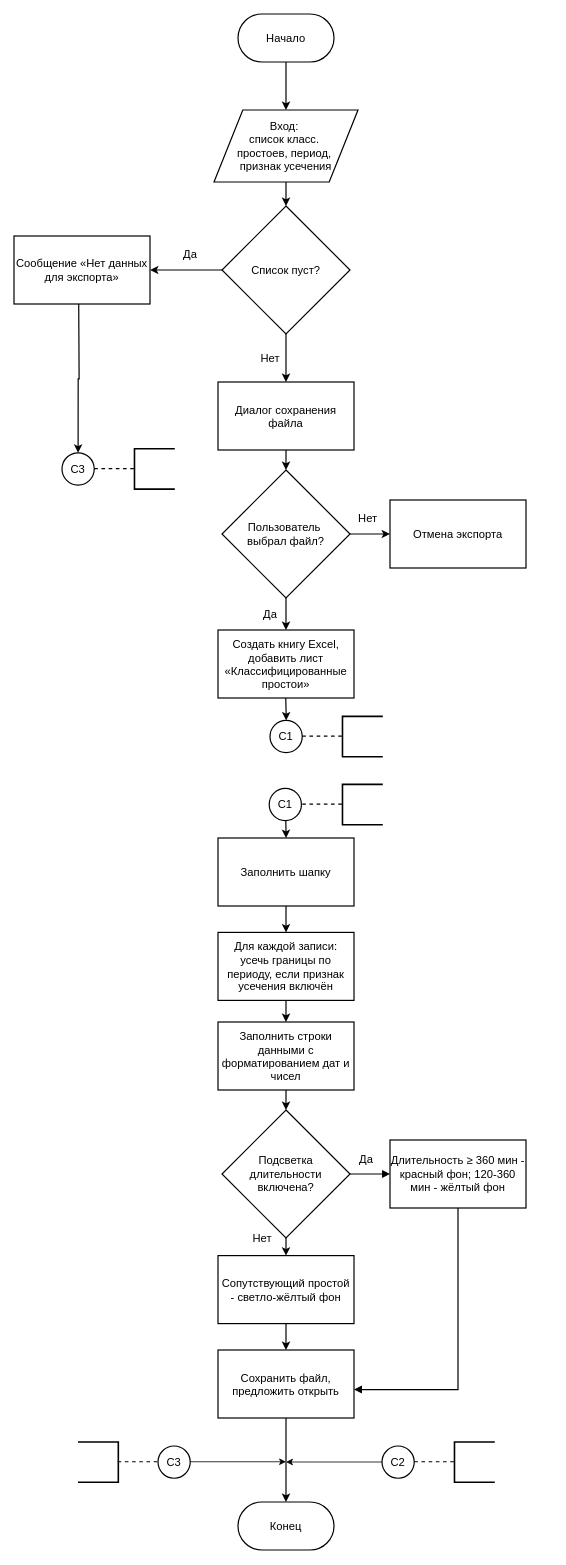
KhasanovAMdev/MyDiagrams keeps this draw.io diagram as page "Page-17" (17 of 21) of diagrams/Untitled Diagram.drawio. Above is the earlier version. Source tidied: cells renumbered, new cells numbered last; positions are measured from the earlier drawing's top-left corner, leaving out a move shared by most shapes. Both pictures are drawn from the tidied source at 80%, with x=0, y=0 at pixel (14, 14).
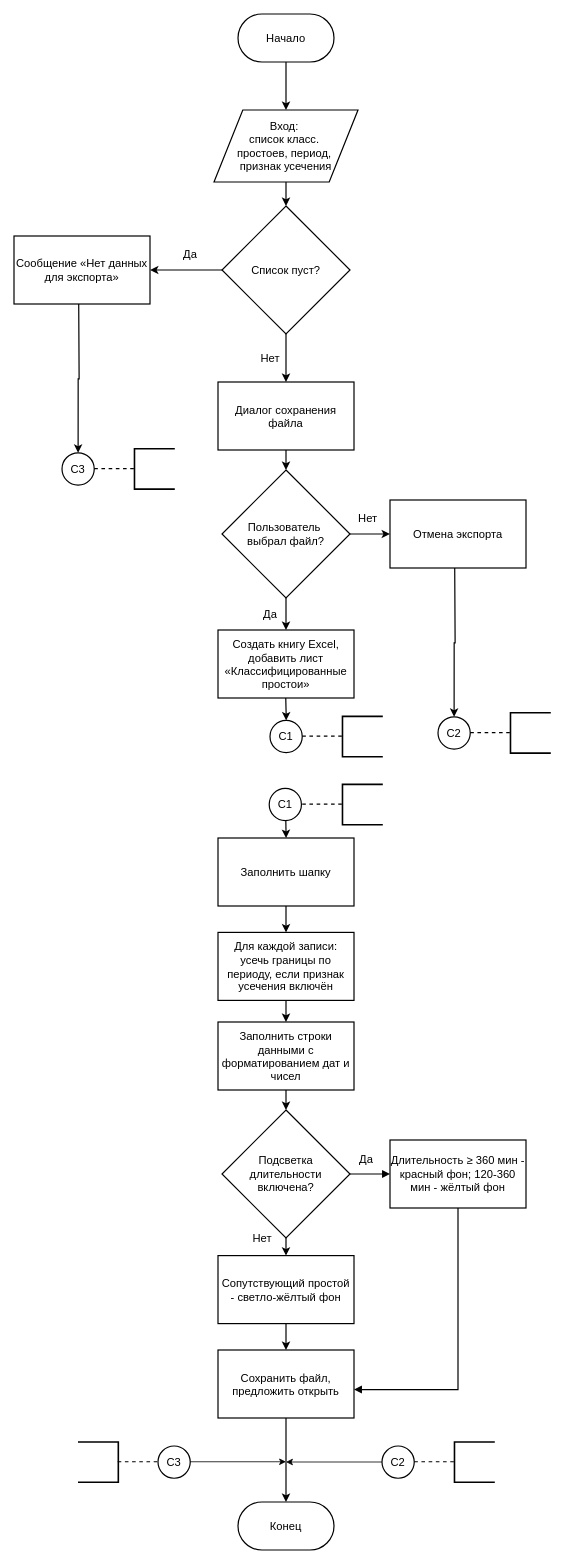
The same page after the edit.

What changed in the source:
```diff
@@
+    <mxCell id="53" style="edgeStyle=orthogonalEdgeStyle;rounded=0;jettySize=auto;html=1;strokeWidth=1.5;exitX=0.476;exitY=0.994;exitDx=0;exitDy=0;exitPerimeter=0;" parent="1" edge="1" target="54">
+      <mxGeometry x="0.85" relative="1" as="geometry">
+        <mxPoint x="550.9" y="692.5" as="sourcePoint" />
+      </mxGeometry>
+    </mxCell>
+    <mxCell id="54" value="С2" style="ellipse;whiteSpace=wrap;html=1;shapeInside=1;strokeColor=#000000;strokeWidth=1.5;align=center;verticalAlign=middle;fontFamily=Helvetica;fontSize=14;fontColor=default;fillColor=#ffffff;" parent="1" vertex="1">
+      <mxGeometry x="530" y="878.5" width="40.3" height="40.3" as="geometry" />
+    </mxCell>
+    <mxCell id="55" style="edgeStyle=orthogonalEdgeStyle;rounded=0;html=1;strokeWidth=1.5;endArrow=none;endFill=0;fontSize=14;dashed=1;" parent="1" edge="1">
+      <mxGeometry relative="1" as="geometry">
+        <mxPoint x="570.3" y="898.2" as="sourcePoint" />
+        <mxPoint x="620.6" y="898.2" as="targetPoint" />
+      </mxGeometry>
+    </mxCell>
+    <mxCell id="56" style="strokeWidth=2;html=1;shape=mxgraph.flowchart.annotation_1;align=left;strokeColor=#000000;verticalAlign=middle;fontFamily=Helvetica;fontSize=14;fontColor=default;fillColor=#ffffff;" parent="1" vertex="1">
+      <mxGeometry x="620.6" y="873.5" width="50.4" height="50.4" as="geometry" />
+    </mxCell>
```
